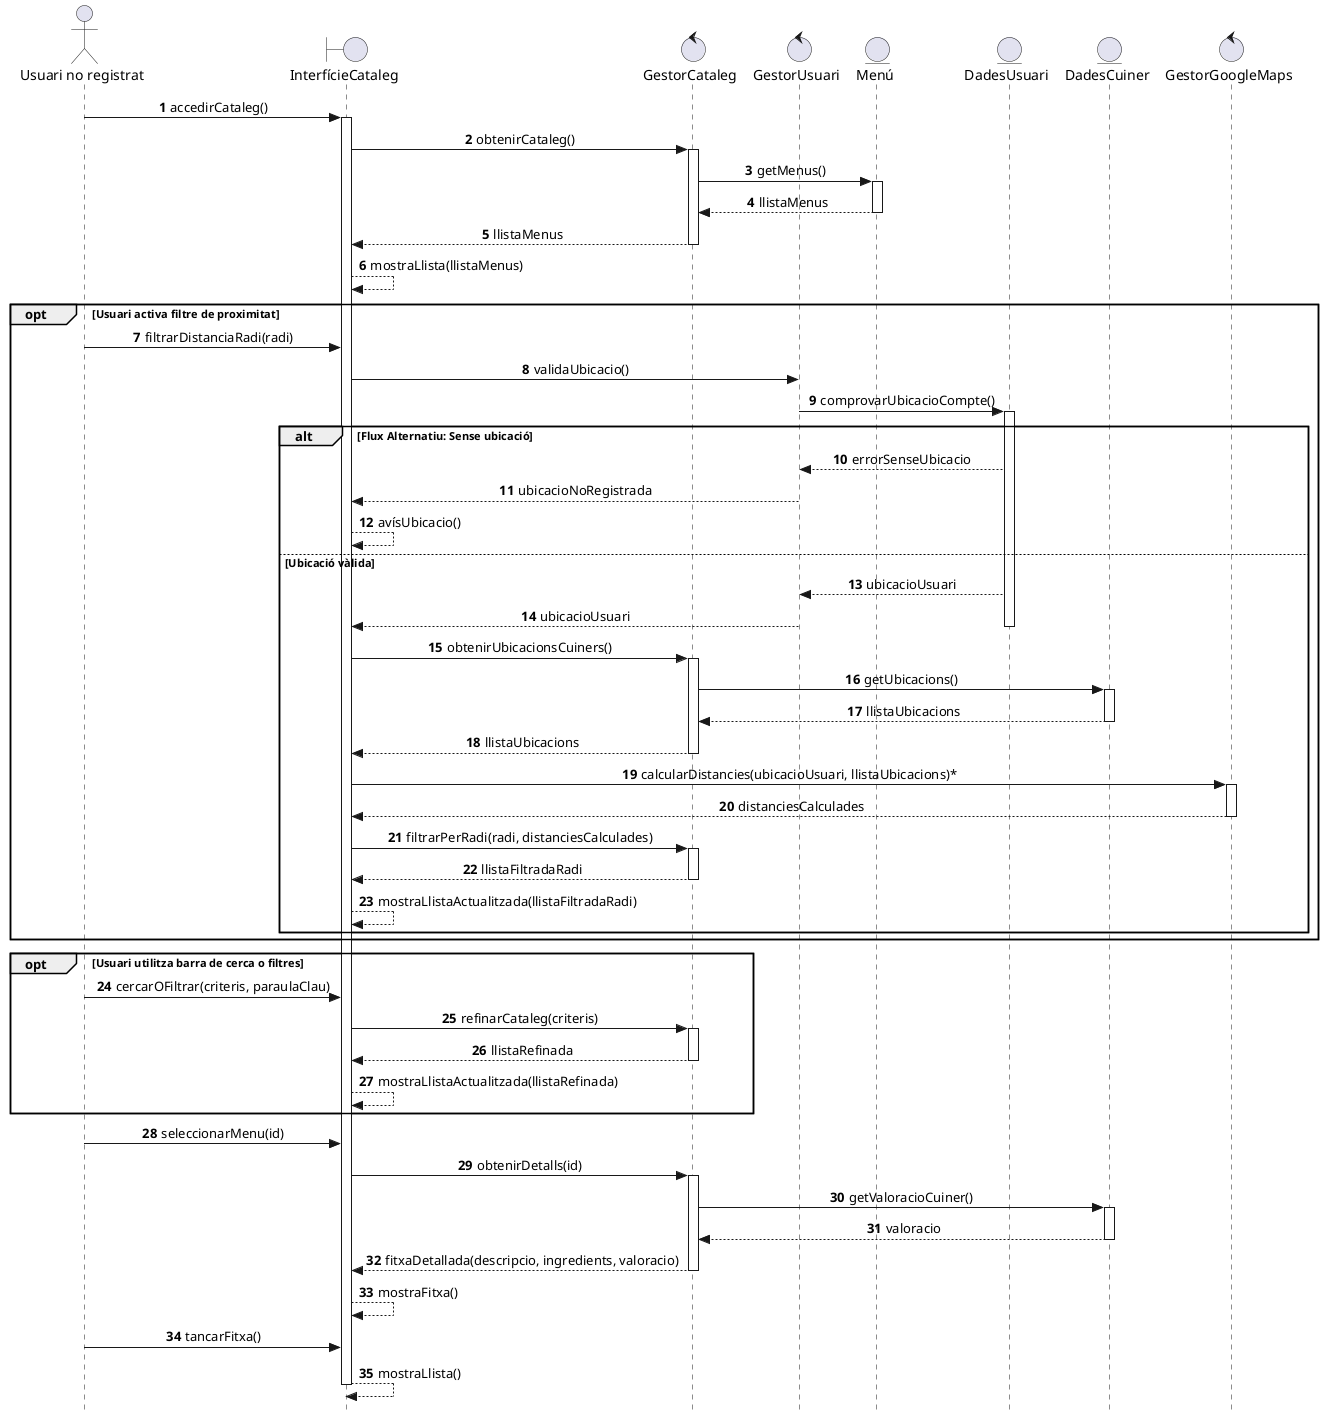
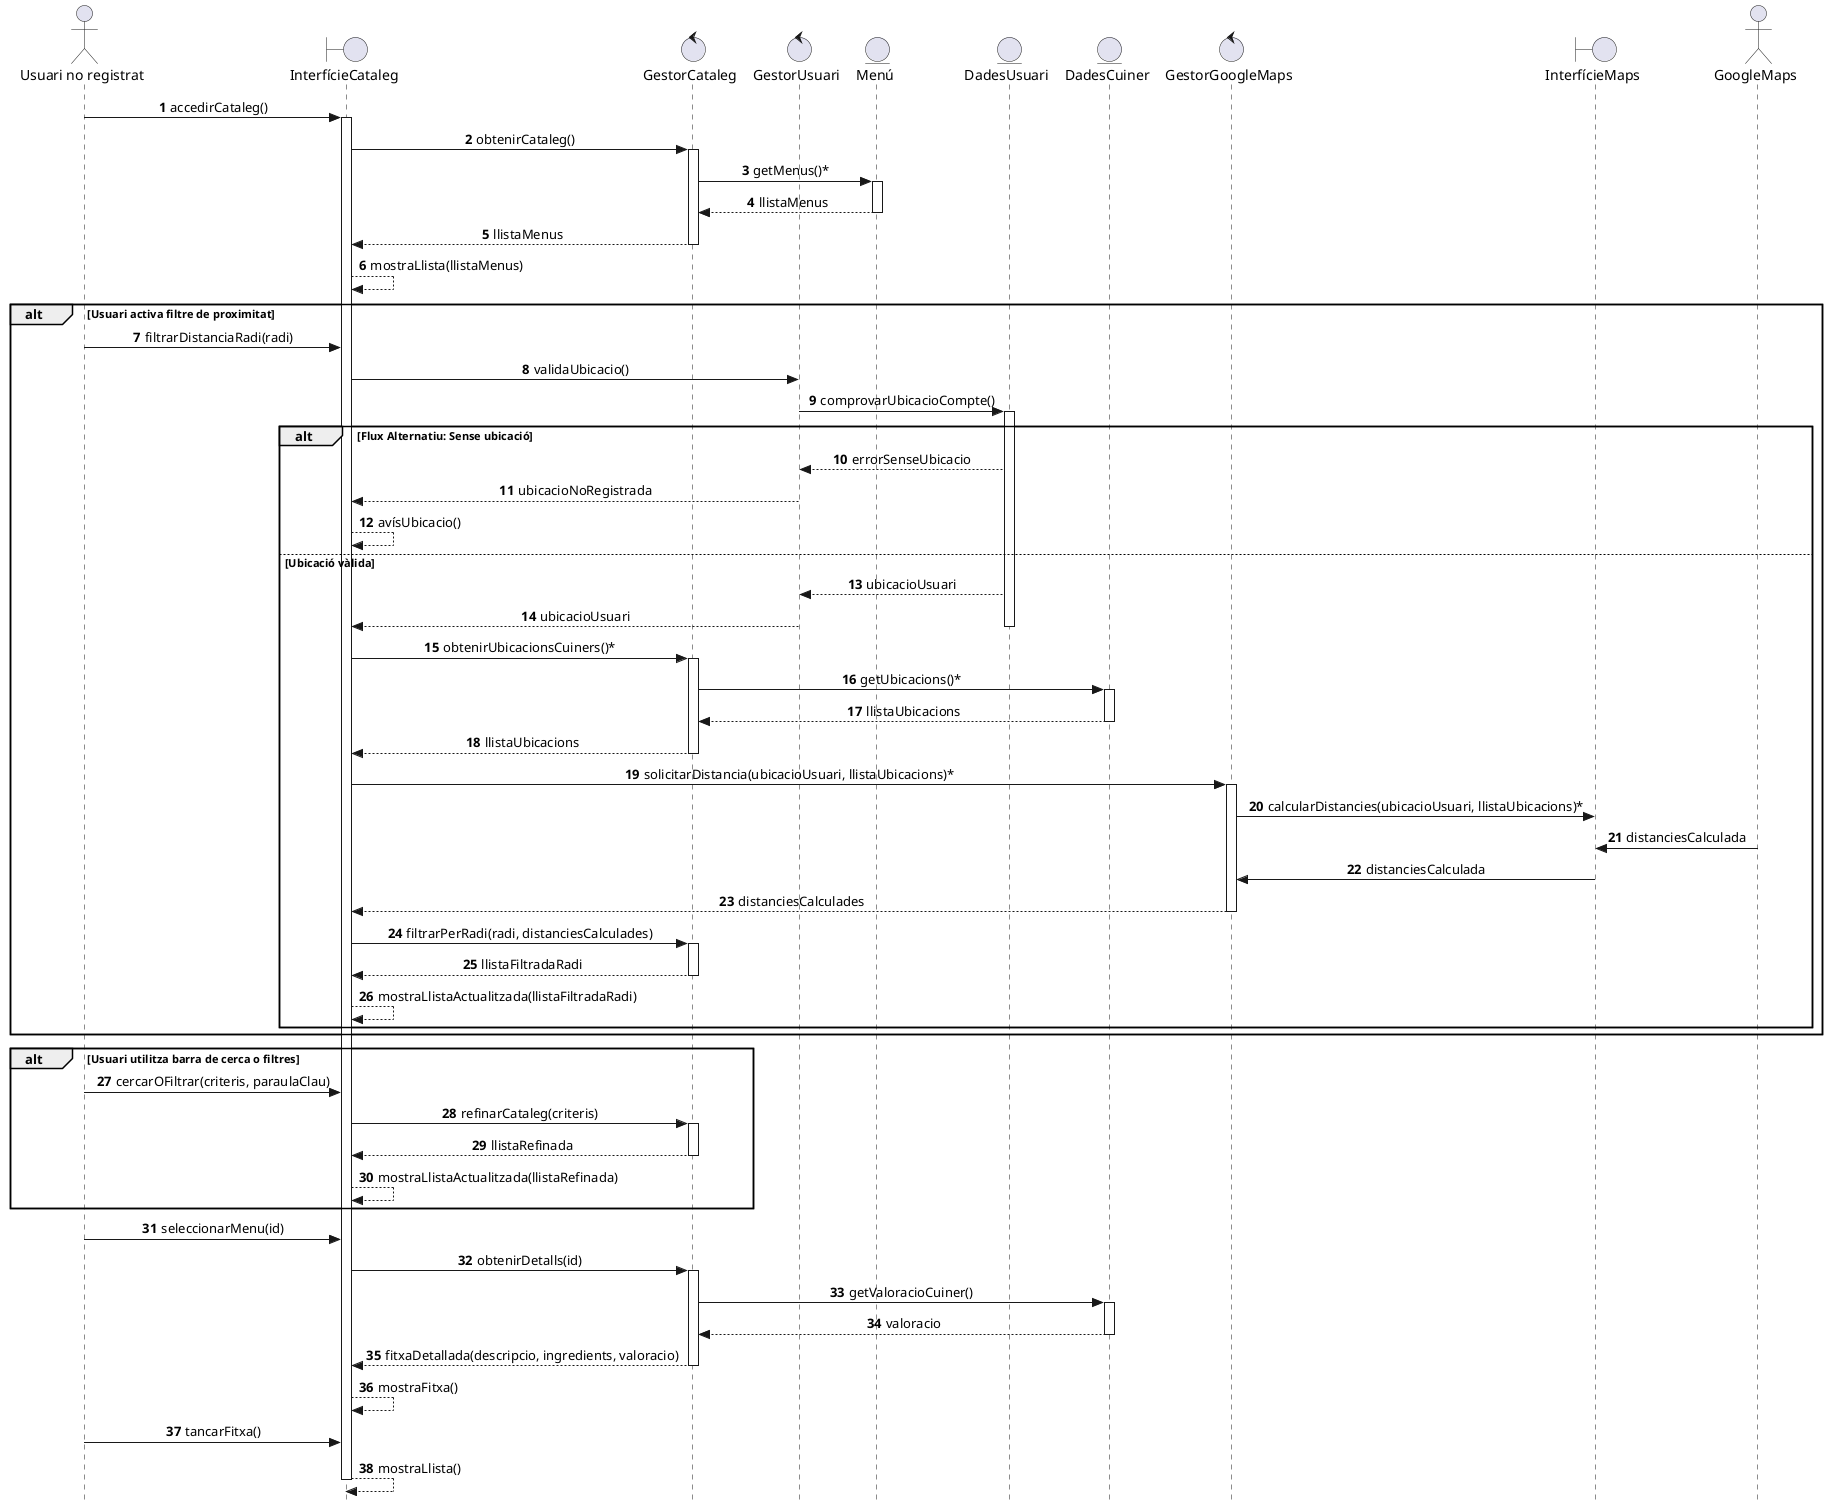
@startuml
autonumber
skinparam style strictuml
skinparam SequenceMessageAlign center

actor "Usuari no registrat" as UNR
boundary "InterfícieCataleg" as Interf
control "GestorCataleg" as GestorCat
control "GestorUsuari" as GestorUs
entity "Menú" as Menu
entity "DadesUsuari" as DadesUsuari
entity "DadesCuiner" as DadesCuiner
control "GestorGoogleMaps" as Gmaps
+ boundary "InterfícieMaps" as InterfMaps
+ Actor "GoogleMaps" as ActorGoogleMaps


UNR -> Interf: accedirCataleg()
activate Interf

Interf -> GestorCat: obtenirCataleg()
activate GestorCat

- GestorCat -> Menu: getMenus()
+ GestorCat -> Menu: getMenus()*
activate Menu
Menu --> GestorCat: llistaMenus
deactivate Menu

GestorCat --> Interf: llistaMenus
deactivate GestorCat

Interf --> Interf: mostraLlista(llistaMenus)

- opt Usuari activa filtre de proximitat
+ alt Usuari activa filtre de proximitat
    UNR -> Interf: filtrarDistanciaRadi(radi)
    Interf -> GestorUs: validaUbicacio()
    GestorUs -> DadesUsuari: comprovarUbicacioCompte()
    activate DadesUsuari

    alt Flux Alternatiu: Sense ubicació
        DadesUsuari --> GestorUs: errorSenseUbicacio
        GestorUs --> Interf: ubicacioNoRegistrada
        Interf --> Interf: avísUbicacio()
    else Ubicació vàlida
        DadesUsuari --> GestorUs: ubicacioUsuari
        GestorUs --> Interf: ubicacioUsuari
        deactivate DadesUsuari

-         Interf -> GestorCat: obtenirUbicacionsCuiners()
+         Interf -> GestorCat: obtenirUbicacionsCuiners()*
        activate GestorCat

-         GestorCat -> DadesCuiner: getUbicacions()
+         GestorCat -> DadesCuiner: getUbicacions()*
        activate DadesCuiner
        DadesCuiner --> GestorCat: llistaUbicacions
        deactivate DadesCuiner

        GestorCat --> Interf: llistaUbicacions
        deactivate GestorCat

-         Interf -> Gmaps: calcularDistancies(ubicacioUsuari, llistaUbicacions)*
+         Interf -> Gmaps: solicitarDistancia(ubicacioUsuari, llistaUbicacions)*
        activate Gmaps
+         Gmaps -> InterfMaps: calcularDistancies(ubicacioUsuari, llistaUbicacions)*
+         ActorGoogleMaps -> InterfMaps: distanciesCalculada
+         InterfMaps -> Gmaps: distanciesCalculada
        Gmaps --> Interf: distanciesCalculades
        deactivate Gmaps

        Interf -> GestorCat: filtrarPerRadi(radi, distanciesCalculades)
        activate GestorCat
        GestorCat --> Interf: llistaFiltradaRadi
        deactivate GestorCat

        Interf --> Interf: mostraLlistaActualitzada(llistaFiltradaRadi)
    end
end


- opt Usuari utilitza barra de cerca o filtres
+ alt Usuari utilitza barra de cerca o filtres
    UNR -> Interf: cercarOFiltrar(criteris, paraulaClau)

    Interf -> GestorCat: refinarCataleg(criteris)
    activate GestorCat
    GestorCat --> Interf: llistaRefinada
    deactivate GestorCat

    Interf --> Interf: mostraLlistaActualitzada(llistaRefinada)
end

UNR -> Interf: seleccionarMenu(id)

Interf -> GestorCat: obtenirDetalls(id)
activate GestorCat

GestorCat -> DadesCuiner: getValoracioCuiner()
activate DadesCuiner
DadesCuiner --> GestorCat: valoracio
deactivate DadesCuiner

GestorCat --> Interf: fitxaDetallada(descripcio, ingredients, valoracio)
deactivate GestorCat

Interf --> Interf: mostraFitxa()

UNR -> Interf: tancarFitxa()
Interf --> Interf: mostraLlista()
deactivate Interf

@enduml
